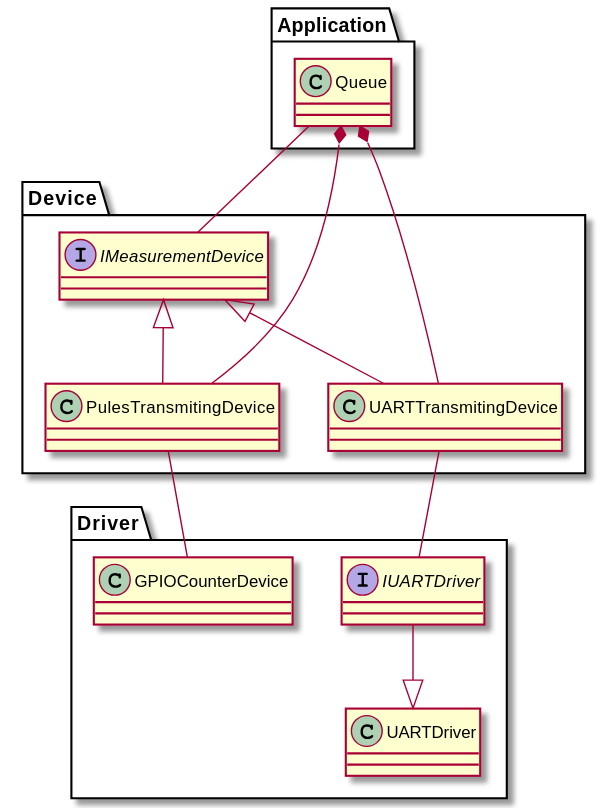
Before: Documentation/Diagrams/Export/Documentation/Diagrams/Source/NUCLEO-F103RB/Measurement_Device_Class_Diagram.svg, a diagram exported from PlantUML (RobertGawron/HardwareDataLogger). The source it was exported from:
```plantuml
@startuml

package Application {
    class Queue {
    }
}

package Device {
    interface IMeasurementDevice {
    }


    class PulesTransmitingDevice {
    }

    class UARTTransmitingDevice {
    }
}

package Driver {
    class GPIOCounterDevice {
    }

    interface IUARTDriver {
    }

    class UARTDriver {
    }
}


Queue -- IMeasurementDevice
Queue *-- PulesTransmitingDevice
Queue *-- UARTTransmitingDevice
IMeasurementDevice <|-- PulesTransmitingDevice
IMeasurementDevice <|-- UARTTransmitingDevice

UARTTransmitingDevice -- IUARTDriver
PulesTransmitingDevice -- GPIOCounterDevice

IUARTDriver --|> UARTDriver

@enduml
```
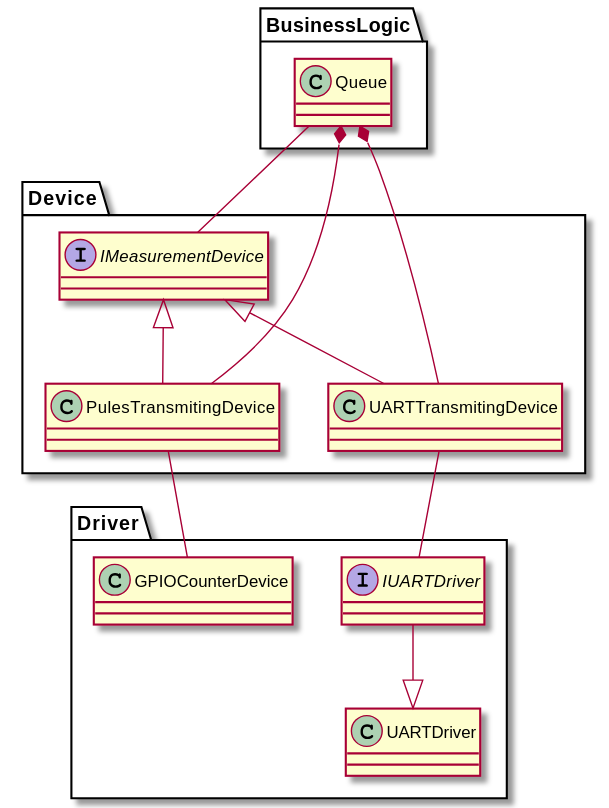
Later version of the same file.

Change to the diagram source:
```diff
@@ -1,6 +1,6 @@
 @startuml
 
-package Application {
+package BusinessLogic {
     class Queue {
     }
 }
```
